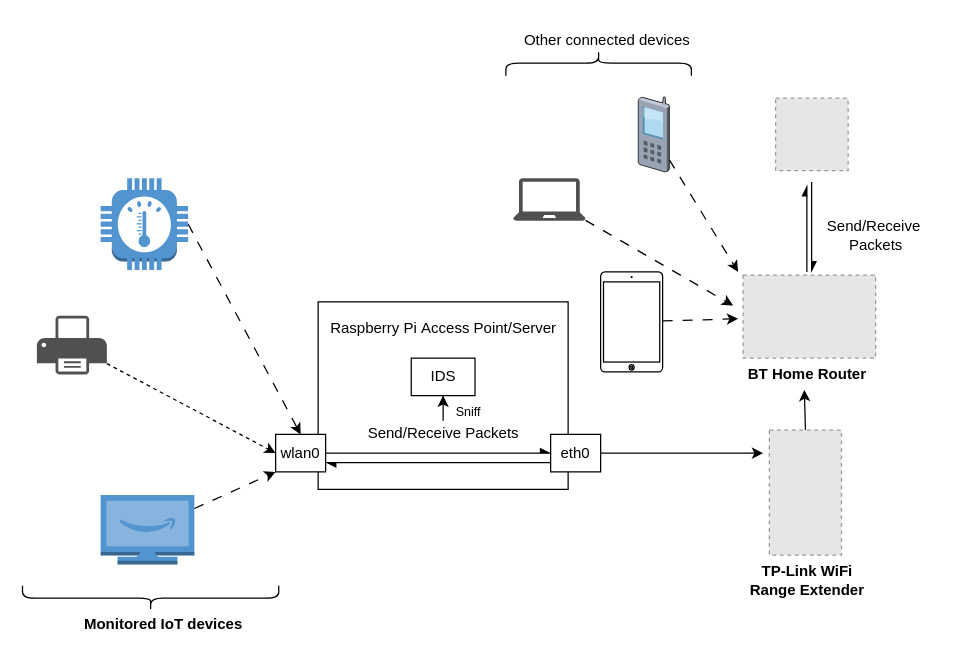
Earlier version of the draw.io diagram test_environment.drawio (smalih/iot_monitor). Source tidied: cells renumbered, new cells numbered last; positions are measured from the earlier drawing's top-left corner, leaving out a move shared by most shapes. Both pictures are drawn from the tidied source at 125%, with x=0, y=0 at pixel (36, -30). Pictures stored in the file or linked from it are replaced by grey dashed boxes.
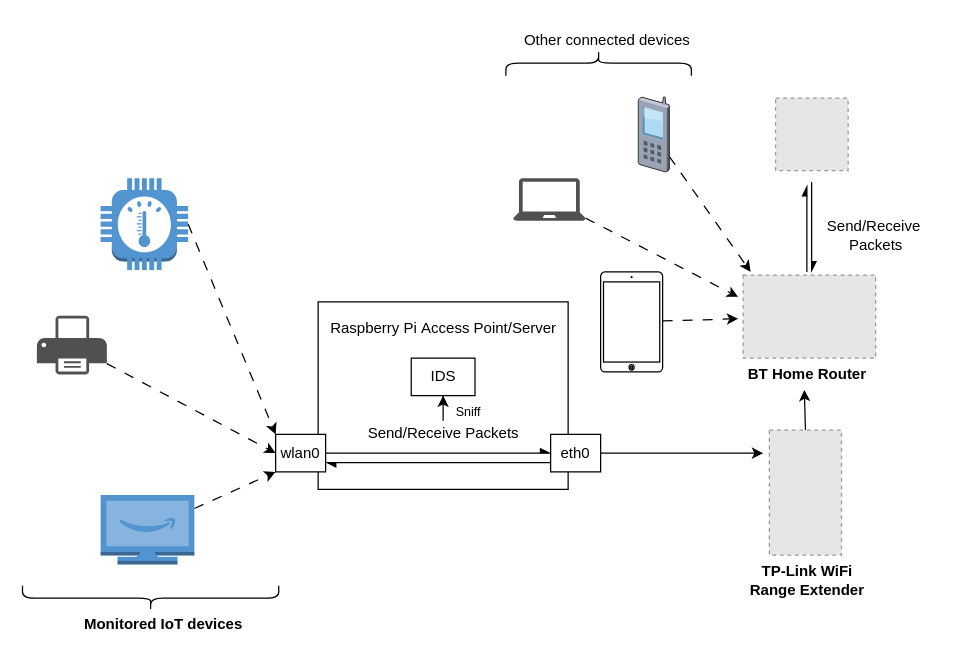
The same page after the edit.

Unchanged cells that the change refers to:
```xml
<mxCell id="6" value="wlan0" style="rounded=0;whiteSpace=wrap;html=1;" parent="1" vertex="1">
  <mxGeometry x="191" y="371" width="40" height="30" as="geometry" />
</mxCell>
<mxCell id="9" style="sketch=0;shadow=0;dashed=0;html=1;strokeColor=none;fillColor=#505050;labelPosition=center;verticalLabelPosition=bottom;verticalAlign=top;outlineConnect=0;align=center;shape=mxgraph.office.devices.printer;" parent="1" vertex="1">
  <mxGeometry y="276" width="56" height="47" as="geometry" />
</mxCell>
<mxCell id="29" style="sketch=0;shadow=0;dashed=0;html=1;strokeColor=none;fillColor=#505050;labelPosition=center;verticalLabelPosition=bottom;verticalAlign=top;outlineConnect=0;align=center;shape=mxgraph.office.devices.laptop;" parent="1" vertex="1">
  <mxGeometry x="381" y="166" width="58" height="34" as="geometry" />
</mxCell>
<mxCell id="30" style="outlineConnect=0;dashed=0;verticalLabelPosition=bottom;verticalAlign=top;align=center;html=1;shape=mxgraph.aws3.thermostat;fillColor=#5294CF;gradientColor=none;" parent="1" vertex="1">
  <mxGeometry x="51" y="166" width="70" height="73.5" as="geometry" />
</mxCell>
<mxCell id="32" style="verticalLabelPosition=bottom;sketch=0;html=1;verticalAlign=top;strokeColor=none;align=center;outlineConnect=0;shape=mxgraph.citrix.cell_phone;" parent="1" vertex="1">
  <mxGeometry x="481" y="101" width="25" height="60" as="geometry" />
</mxCell>
```

Diff of the diagram source:
```diff
@@
-    <mxCell id="7" style="rounded=0;jettySize=auto;html=1;entryX=0.5;entryY=0;entryDx=0;entryDy=0;dashed=1;dashPattern=8 8;exitX=1;exitY=0.5;exitDx=0;exitDy=0;exitPerimeter=0;" parent="1" edge="1" source="30" target="6">
+    <mxCell id="7" style="rounded=0;jettySize=auto;html=1;entryX=0;entryY=0;entryDx=0;entryDy=0;dashed=1;dashPattern=8 8;exitX=1;exitY=0.5;exitDx=0;exitDy=0;exitPerimeter=0;" parent="1" edge="1" source="30" target="6">
       <mxGeometry relative="1" as="geometry" />
     </mxCell>
-    <mxCell id="8" style="rounded=0;jettySize=auto;html=1;entryX=0;entryY=0.5;entryDx=0;entryDy=0;dashed=1;" parent="1" edge="1" source="9" target="6">
+    <mxCell id="8" style="rounded=0;jettySize=auto;html=1;entryX=0;entryY=0.5;entryDx=0;entryDy=0;dashed=1;dashPattern=8 8;" parent="1" edge="1" source="9" target="6">
       <mxGeometry relative="1" as="geometry" />
     </mxCell>
@@
-    <mxCell id="28" style="rounded=0;jettySize=auto;html=1;entryX=-0.067;entryY=0.36;entryDx=0;entryDy=0;dashed=1;dashPattern=8 8;entryPerimeter=0;" parent="1" edge="1" source="29">
+    <mxCell id="28" style="rounded=0;jettySize=auto;html=1;dashed=1;dashPattern=8 8;" parent="1" edge="1" source="29">
       <mxGeometry relative="1" as="geometry">
-        <mxPoint x="557" y="268" as="targetPoint" />
+        <mxPoint x="561" y="261" as="targetPoint" />
       </mxGeometry>
     </mxCell>
@@
-    <mxCell id="31" style="rounded=0;jettySize=auto;html=1;dashed=1;dashPattern=8 8;entryX=0;entryY=0;entryDx=0;entryDy=0;" parent="1" edge="1" source="32">
+    <mxCell id="31" style="rounded=0;jettySize=auto;html=1;dashed=1;dashPattern=8 8;" parent="1" edge="1" source="32">
       <mxGeometry relative="1" as="geometry">
-        <mxPoint x="561" y="241" as="targetPoint" />
+        <mxPoint x="571" y="241" as="targetPoint" />
       </mxGeometry>
     </mxCell>
```
